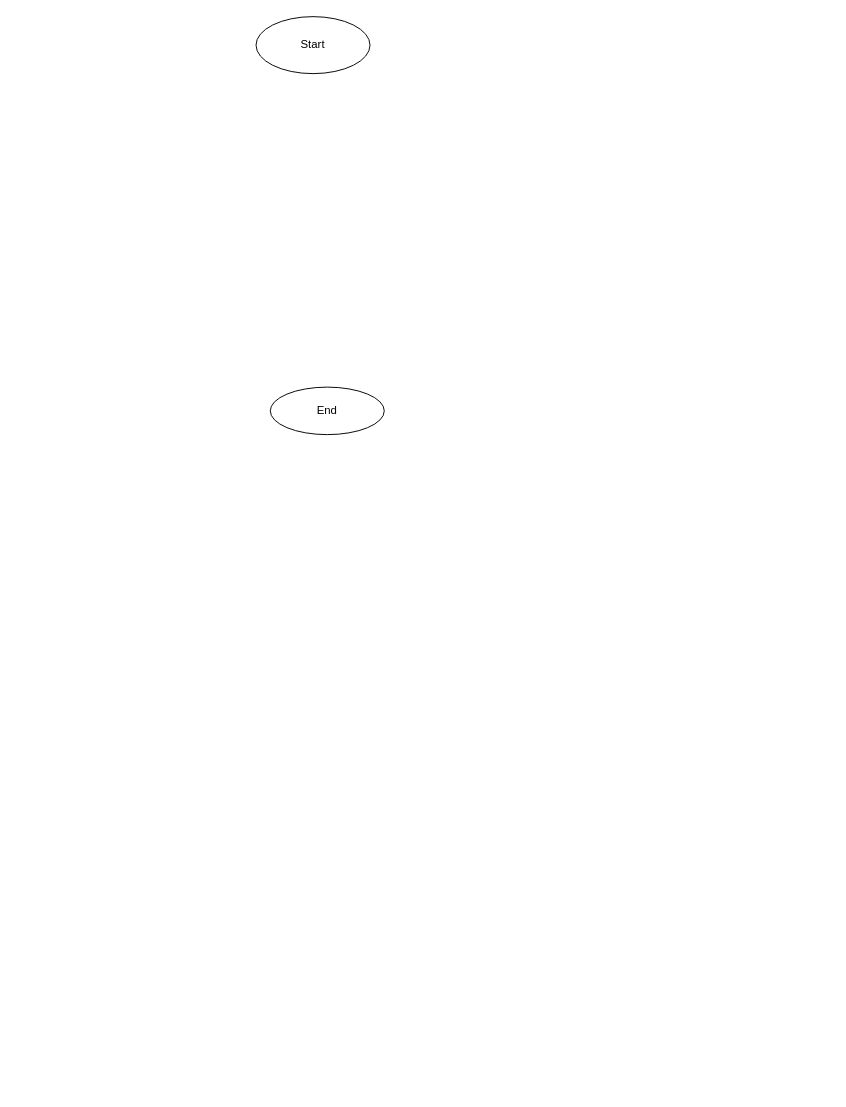
Earlier version of the draw.io diagram bai 3.drawio (KaiyoDev/Moingay1thuattoan). Source tidied: cells renumbered, new cells numbered last; positions are measured from the earlier drawing's top-left corner, leaving out a move shared by most shapes. Both pictures are drawn from the tidied source at 95%, with x=0, y=0 at pixel (256, 16).
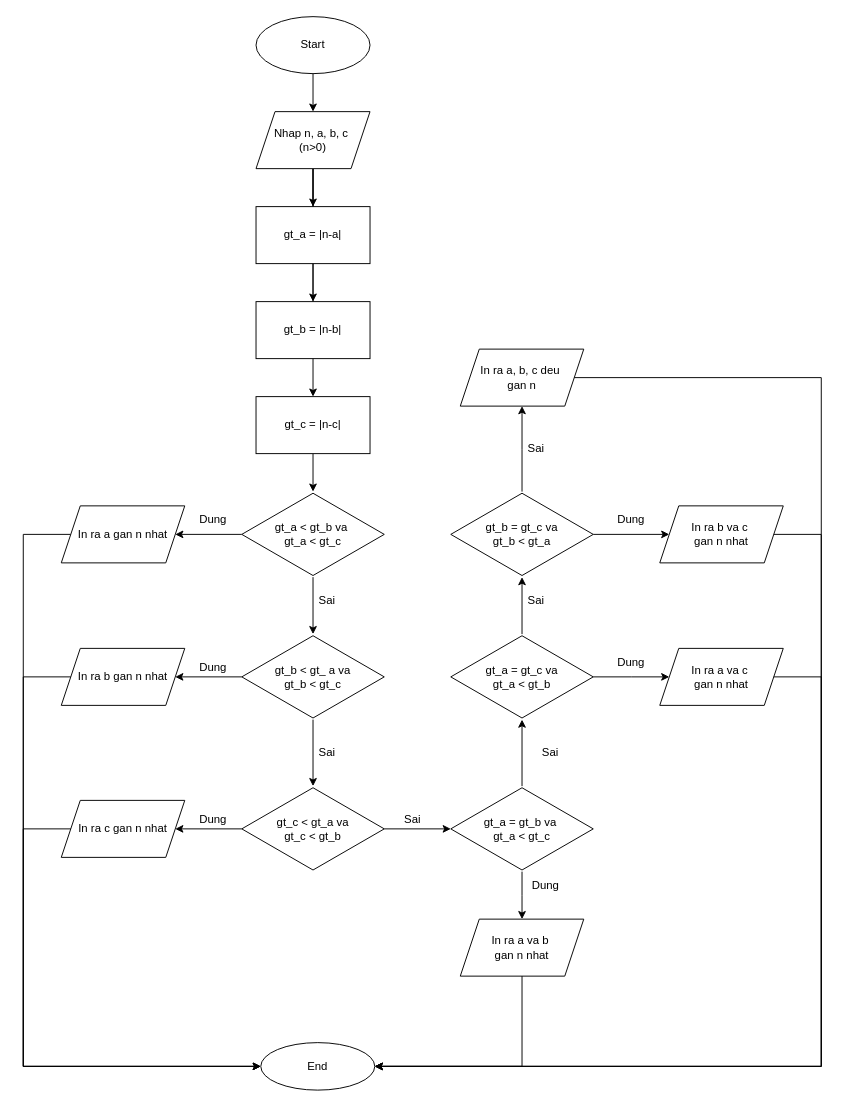
Above is the later version.

What changed in the source:
```diff
@@
+    <mxCell id="4" style="edgeStyle=orthogonalEdgeStyle;rounded=0;jettySize=auto;html=1;labelBackgroundColor=none;fontColor=default;" parent="1" edge="1" source="2" target="8">
+      <mxGeometry relative="1" as="geometry" />
+    </mxCell>
-    <mxCell id="2" value="Start" style="ellipse;whiteSpace=wrap;html=1;" parent="1" vertex="1">
+    <mxCell id="2" value="Start" style="ellipse;whiteSpace=wrap;html=1;labelBackgroundColor=none;" parent="1" vertex="1">
       <mxGeometry width="120" height="60" as="geometry" />
     </mxCell>
-    <mxCell id="3" value="End" style="ellipse;whiteSpace=wrap;html=1;" parent="1" vertex="1">
-      <mxGeometry x="15" y="390" width="120" height="50" as="geometry" />
+    <mxCell id="3" value="End" style="ellipse;whiteSpace=wrap;html=1;labelBackgroundColor=none;" parent="1" vertex="1">
+      <mxGeometry x="5" y="1080" width="120" height="50" as="geometry" />
     </mxCell>
+    <mxCell id="5" style="edgeStyle=orthogonalEdgeStyle;rounded=0;jettySize=auto;html=1;labelBackgroundColor=none;fontColor=default;" parent="1" edge="1" source="8" target="9">
+      <mxGeometry relative="1" as="geometry" />
+    </mxCell>
+    <mxCell id="6" style="edgeStyle=orthogonalEdgeStyle;rounded=0;jettySize=auto;html=1;labelBackgroundColor=none;fontColor=default;" parent="1" edge="1" source="8" target="10">
+      <mxGeometry relative="1" as="geometry" />
+    </mxCell>
+    <mxCell id="7" style="edgeStyle=orthogonalEdgeStyle;rounded=0;jettySize=auto;html=1;entryX=0.5;entryY=0;entryDx=0;entryDy=0;labelBackgroundColor=none;fontColor=default;" parent="1" edge="1" source="8" target="12">
+      <mxGeometry relative="1" as="geometry" />
+    </mxCell>
+    <mxCell id="8" value="Nhap n, a, b, c&amp;nbsp;&lt;div&gt;(n&amp;gt;0)&lt;/div&gt;" style="shape=parallelogram;perimeter=parallelogramPerimeter;whiteSpace=wrap;html=1;fixedSize=1;labelBackgroundColor=none;" parent="1" vertex="1">
+      <mxGeometry y="100" width="120" height="60" as="geometry" />
+    </mxCell>
+    <mxCell id="9" value="gt_a = |n-a|" style="rounded=0;whiteSpace=wrap;html=1;labelBackgroundColor=none;" parent="1" vertex="1">
+      <mxGeometry y="200" width="120" height="60" as="geometry" />
+    </mxCell>
+    <mxCell id="10" value="gt_b = |n-b|" style="rounded=0;whiteSpace=wrap;html=1;labelBackgroundColor=none;" parent="1" vertex="1">
+      <mxGeometry y="300" width="120" height="60" as="geometry" />
+    </mxCell>
+    <mxCell id="11" style="edgeStyle=orthogonalEdgeStyle;rounded=0;jettySize=auto;html=1;" parent="1" edge="1" source="12" target="15">
+      <mxGeometry relative="1" as="geometry" />
+    </mxCell>
+    <mxCell id="12" value="gt_c = |n-c|" style="rounded=0;whiteSpace=wrap;html=1;labelBackgroundColor=none;" parent="1" vertex="1">
+      <mxGeometry y="400" width="120" height="60" as="geometry" />
+    </mxCell>
+    <mxCell id="13" style="edgeStyle=orthogonalEdgeStyle;rounded=0;jettySize=auto;html=1;" parent="1" edge="1" source="15">
+      <mxGeometry relative="1" as="geometry">
+        <mxPoint x="-85" y="545" as="targetPoint" />
+      </mxGeometry>
+    </mxCell>
+    <mxCell id="14" style="edgeStyle=orthogonalEdgeStyle;rounded=0;jettySize=auto;html=1;" parent="1" edge="1" source="15" target="19">
+      <mxGeometry relative="1" as="geometry" />
+    </mxCell>
+    <mxCell id="15" value="gt_a &amp;lt; gt_b va&amp;nbsp;&lt;div&gt;gt_a &amp;lt; gt_c&lt;/div&gt;" style="html=1;whiteSpace=wrap;shape=isoRectangle;" parent="1" vertex="1">
+      <mxGeometry x="-15" y="500" width="150" height="90" as="geometry" />
+    </mxCell>
+    <mxCell id="16" value="Dung" style="text;html=1;align=center;verticalAlign=middle;whiteSpace=wrap;rounded=0;" parent="1" vertex="1">
+      <mxGeometry x="-75" y="515" width="60" height="30" as="geometry" />
+    </mxCell>
+    <mxCell id="17" style="edgeStyle=orthogonalEdgeStyle;rounded=0;jettySize=auto;html=1;" parent="1" edge="1" source="19">
+      <mxGeometry relative="1" as="geometry">
+        <mxPoint x="-85" y="695" as="targetPoint" />
+      </mxGeometry>
+    </mxCell>
+    <mxCell id="18" style="edgeStyle=orthogonalEdgeStyle;rounded=0;jettySize=auto;html=1;" parent="1" edge="1" source="19" target="24">
+      <mxGeometry relative="1" as="geometry" />
+    </mxCell>
+    <mxCell id="19" value="gt_b &amp;lt; gt_ a va&lt;div&gt;gt_b &amp;lt; gt_c&lt;/div&gt;" style="html=1;whiteSpace=wrap;shape=isoRectangle;" parent="1" vertex="1">
+      <mxGeometry x="-15" y="650" width="150" height="90" as="geometry" />
+    </mxCell>
+    <mxCell id="20" value="Sai" style="text;html=1;align=center;verticalAlign=middle;whiteSpace=wrap;rounded=0;" parent="1" vertex="1">
+      <mxGeometry x="45" y="600" width="60" height="30" as="geometry" />
+    </mxCell>
+    <mxCell id="21" value="Dung" style="text;html=1;align=center;verticalAlign=middle;whiteSpace=wrap;rounded=0;" parent="1" vertex="1">
+      <mxGeometry x="-75" y="670" width="60" height="30" as="geometry" />
+    </mxCell>
+    <mxCell id="22" style="edgeStyle=orthogonalEdgeStyle;rounded=0;jettySize=auto;html=1;" parent="1" edge="1" source="24">
+      <mxGeometry relative="1" as="geometry">
+        <mxPoint x="-85" y="855" as="targetPoint" />
+      </mxGeometry>
+    </mxCell>
+    <mxCell id="23" style="edgeStyle=orthogonalEdgeStyle;rounded=0;jettySize=auto;html=1;" parent="1" edge="1" source="24" target="28">
+      <mxGeometry relative="1" as="geometry" />
+    </mxCell>
+    <mxCell id="24" value="gt_c &amp;lt; gt_a va&lt;div&gt;gt_c &amp;lt; gt_b&lt;/div&gt;" style="html=1;whiteSpace=wrap;shape=isoRectangle;" parent="1" vertex="1">
+      <mxGeometry x="-15" y="810" width="150" height="90" as="geometry" />
+    </mxCell>
+    <mxCell id="25" value="Sai" style="text;html=1;align=center;verticalAlign=middle;whiteSpace=wrap;rounded=0;" parent="1" vertex="1">
+      <mxGeometry x="45" y="760" width="60" height="30" as="geometry" />
+    </mxCell>
+    <mxCell id="26" style="edgeStyle=orthogonalEdgeStyle;rounded=0;jettySize=auto;html=1;" parent="1" edge="1" source="28">
+      <mxGeometry relative="1" as="geometry">
+        <mxPoint x="280" y="950" as="targetPoint" />
+      </mxGeometry>
+    </mxCell>
+    <mxCell id="27" style="edgeStyle=orthogonalEdgeStyle;rounded=0;jettySize=auto;html=1;" parent="1" edge="1" source="28" target="34">
+      <mxGeometry relative="1" as="geometry" />
+    </mxCell>
+    <mxCell id="28" value="gt_a = gt_b va&amp;nbsp;&lt;div&gt;gt_a &amp;lt; gt_c&lt;/div&gt;" style="html=1;whiteSpace=wrap;shape=isoRectangle;" parent="1" vertex="1">
+      <mxGeometry x="205" y="810" width="150" height="90" as="geometry" />
+    </mxCell>
+    <mxCell id="29" value="Dung" style="text;html=1;align=center;verticalAlign=middle;whiteSpace=wrap;rounded=0;" parent="1" vertex="1">
+      <mxGeometry x="-75" y="830" width="60" height="30" as="geometry" />
+    </mxCell>
+    <mxCell id="30" value="Sai" style="text;html=1;align=center;verticalAlign=middle;whiteSpace=wrap;rounded=0;" parent="1" vertex="1">
+      <mxGeometry x="135" y="830" width="60" height="30" as="geometry" />
+    </mxCell>
+    <mxCell id="31" value="Dung" style="text;html=1;align=center;verticalAlign=middle;whiteSpace=wrap;rounded=0;" parent="1" vertex="1">
+      <mxGeometry x="275" y="900" width="60" height="30" as="geometry" />
+    </mxCell>
+    <mxCell id="32" style="edgeStyle=orthogonalEdgeStyle;rounded=0;jettySize=auto;html=1;" parent="1" edge="1" source="34">
+      <mxGeometry relative="1" as="geometry">
+        <mxPoint x="435" y="695" as="targetPoint" />
+      </mxGeometry>
+    </mxCell>
+    <mxCell id="33" style="edgeStyle=orthogonalEdgeStyle;rounded=0;jettySize=auto;html=1;" parent="1" edge="1" source="34" target="37">
+      <mxGeometry relative="1" as="geometry" />
+    </mxCell>
+    <mxCell id="34" value="gt_a = gt_c va&lt;div&gt;gt_a &amp;lt; gt_b&lt;/div&gt;" style="html=1;whiteSpace=wrap;shape=isoRectangle;" parent="1" vertex="1">
+      <mxGeometry x="205" y="650" width="150" height="90" as="geometry" />
+    </mxCell>
+    <mxCell id="35" style="edgeStyle=orthogonalEdgeStyle;rounded=0;jettySize=auto;html=1;" parent="1" edge="1" source="37">
+      <mxGeometry relative="1" as="geometry">
+        <mxPoint x="280" y="410" as="targetPoint" />
+      </mxGeometry>
+    </mxCell>
+    <mxCell id="36" style="edgeStyle=orthogonalEdgeStyle;rounded=0;jettySize=auto;html=1;entryX=0;entryY=0.5;entryDx=0;entryDy=0;" parent="1" edge="1" source="37" target="51">
+      <mxGeometry relative="1" as="geometry" />
+    </mxCell>
+    <mxCell id="37" value="gt_b = gt_c va&lt;div&gt;gt_b &amp;lt; gt_a&lt;/div&gt;" style="html=1;whiteSpace=wrap;shape=isoRectangle;" parent="1" vertex="1">
+      <mxGeometry x="205" y="500" width="150" height="90" as="geometry" />
+    </mxCell>
+    <mxCell id="38" value="Sai" style="text;html=1;align=center;verticalAlign=middle;whiteSpace=wrap;rounded=0;" parent="1" vertex="1">
+      <mxGeometry x="280" y="760" width="60" height="30" as="geometry" />
+    </mxCell>
+    <mxCell id="39" value="Dung" style="text;html=1;align=center;verticalAlign=middle;whiteSpace=wrap;rounded=0;" parent="1" vertex="1">
+      <mxGeometry x="365" y="665" width="60" height="30" as="geometry" />
+    </mxCell>
+    <mxCell id="40" value="Sai" style="text;html=1;align=center;verticalAlign=middle;whiteSpace=wrap;rounded=0;" parent="1" vertex="1">
+      <mxGeometry x="265" y="600" width="60" height="30" as="geometry" />
+    </mxCell>
+    <mxCell id="41" value="Dung" style="text;html=1;align=center;verticalAlign=middle;whiteSpace=wrap;rounded=0;" parent="1" vertex="1">
+      <mxGeometry x="365" y="515" width="60" height="30" as="geometry" />
+    </mxCell>
+    <mxCell id="42" value="Sai" style="text;html=1;align=center;verticalAlign=middle;whiteSpace=wrap;rounded=0;" parent="1" vertex="1">
+      <mxGeometry x="265" y="440" width="60" height="30" as="geometry" />
+    </mxCell>
+    <mxCell id="43" style="edgeStyle=orthogonalEdgeStyle;rounded=0;jettySize=auto;html=1;exitX=0;exitY=0.5;exitDx=0;exitDy=0;entryX=0;entryY=0.5;entryDx=0;entryDy=0;" parent="1" edge="1" source="44" target="3">
+      <mxGeometry relative="1" as="geometry">
+        <Array as="points">
+          <mxPoint x="-245" y="545" />
+          <mxPoint x="-245" y="1105" />
+        </Array>
+      </mxGeometry>
+    </mxCell>
+    <mxCell id="44" value="In ra a gan n nhat" style="shape=parallelogram;perimeter=parallelogramPerimeter;whiteSpace=wrap;html=1;fixedSize=1;" parent="1" vertex="1">
+      <mxGeometry x="-205" y="515" width="130" height="60" as="geometry" />
+    </mxCell>
+    <mxCell id="45" style="edgeStyle=orthogonalEdgeStyle;rounded=0;jettySize=auto;html=1;exitX=0;exitY=0.5;exitDx=0;exitDy=0;entryX=0;entryY=0.5;entryDx=0;entryDy=0;" parent="1" edge="1" source="46" target="3">
+      <mxGeometry relative="1" as="geometry">
+        <Array as="points">
+          <mxPoint x="-245" y="695" />
+          <mxPoint x="-245" y="1105" />
+        </Array>
+      </mxGeometry>
+    </mxCell>
+    <mxCell id="46" value="In ra b gan n nhat" style="shape=parallelogram;perimeter=parallelogramPerimeter;whiteSpace=wrap;html=1;fixedSize=1;" parent="1" vertex="1">
+      <mxGeometry x="-205" y="665" width="130" height="60" as="geometry" />
+    </mxCell>
+    <mxCell id="47" value="In ra c gan n nhat" style="shape=parallelogram;perimeter=parallelogramPerimeter;whiteSpace=wrap;html=1;fixedSize=1;" parent="1" vertex="1">
+      <mxGeometry x="-205" y="825" width="130" height="60" as="geometry" />
+    </mxCell>
+    <mxCell id="48" value="In ra a va b&amp;nbsp;&lt;div&gt;&lt;span style=&quot;background-color: initial;&quot;&gt;gan&lt;/span&gt;&lt;span style=&quot;background-color: initial;&quot;&gt;&amp;nbsp;n nhat&lt;/span&gt;&lt;/div&gt;" style="shape=parallelogram;perimeter=parallelogramPerimeter;whiteSpace=wrap;html=1;fixedSize=1;" parent="1" vertex="1">
+      <mxGeometry x="215" y="950" width="130" height="60" as="geometry" />
+    </mxCell>
+    <mxCell id="49" value="In ra a va c&amp;nbsp;&lt;div&gt;gan n nhat&lt;/div&gt;" style="shape=parallelogram;perimeter=parallelogramPerimeter;whiteSpace=wrap;html=1;fixedSize=1;" parent="1" vertex="1">
+      <mxGeometry x="425" y="665" width="130" height="60" as="geometry" />
+    </mxCell>
+    <mxCell id="50" value="In ra a, b, c deu&amp;nbsp;&lt;div&gt;gan n&lt;/div&gt;" style="shape=parallelogram;perimeter=parallelogramPerimeter;whiteSpace=wrap;html=1;fixedSize=1;" parent="1" vertex="1">
+      <mxGeometry x="215" y="350" width="130" height="60" as="geometry" />
+    </mxCell>
+    <mxCell id="51" value="In ra b va c&amp;nbsp;&lt;div&gt;gan n nhat&lt;/div&gt;" style="shape=parallelogram;perimeter=parallelogramPerimeter;whiteSpace=wrap;html=1;fixedSize=1;" parent="1" vertex="1">
+      <mxGeometry x="425" y="515" width="130" height="60" as="geometry" />
+    </mxCell>
+    <mxCell id="52" style="endArrow=classic;html=1;rounded=0;entryX=1;entryY=0.5;entryDx=0;entryDy=0;exitX=0.5;exitY=1;exitDx=0;exitDy=0;" parent="1" edge="1" source="48" target="3">
+      <mxGeometry relative="1" as="geometry">
+        <Array as="points">
+          <mxPoint x="280" y="1105" />
+        </Array>
+      </mxGeometry>
+    </mxCell>
+    <mxCell id="53" style="endArrow=classic;html=1;rounded=0;exitX=1;exitY=0.5;exitDx=0;exitDy=0;entryX=1;entryY=0.5;entryDx=0;entryDy=0;" parent="1" edge="1" source="49" target="3">
+      <mxGeometry relative="1" as="geometry">
+        <Array as="points">
+          <mxPoint x="595" y="695" />
+          <mxPoint x="595" y="1105" />
+          <mxPoint x="485" y="1105" />
+        </Array>
+      </mxGeometry>
+    </mxCell>
+    <mxCell id="54" style="endArrow=classic;html=1;rounded=0;entryX=1;entryY=0.5;entryDx=0;entryDy=0;" parent="1" edge="1" source="50" target="3">
+      <mxGeometry relative="1" as="geometry">
+        <Array as="points">
+          <mxPoint x="595" y="380" />
+          <mxPoint x="595" y="545" />
+          <mxPoint x="595" y="1105" />
+        </Array>
+      </mxGeometry>
+    </mxCell>
+    <mxCell id="55" style="endArrow=classic;html=1;rounded=0;exitX=1;exitY=0.5;exitDx=0;exitDy=0;entryX=1;entryY=0.5;entryDx=0;entryDy=0;" parent="1" edge="1" source="51" target="3">
+      <mxGeometry relative="1" as="geometry">
+        <Array as="points">
+          <mxPoint x="595" y="545" />
+          <mxPoint x="595" y="1105" />
+        </Array>
+      </mxGeometry>
+    </mxCell>
+    <mxCell id="56" style="endArrow=classic;html=1;rounded=0;exitX=0;exitY=0.5;exitDx=0;exitDy=0;entryX=0;entryY=0.5;entryDx=0;entryDy=0;" parent="1" edge="1" source="47" target="3">
+      <mxGeometry relative="1" as="geometry">
+        <Array as="points">
+          <mxPoint x="-245" y="855" />
+          <mxPoint x="-245" y="1105" />
+        </Array>
+      </mxGeometry>
+    </mxCell>
```
